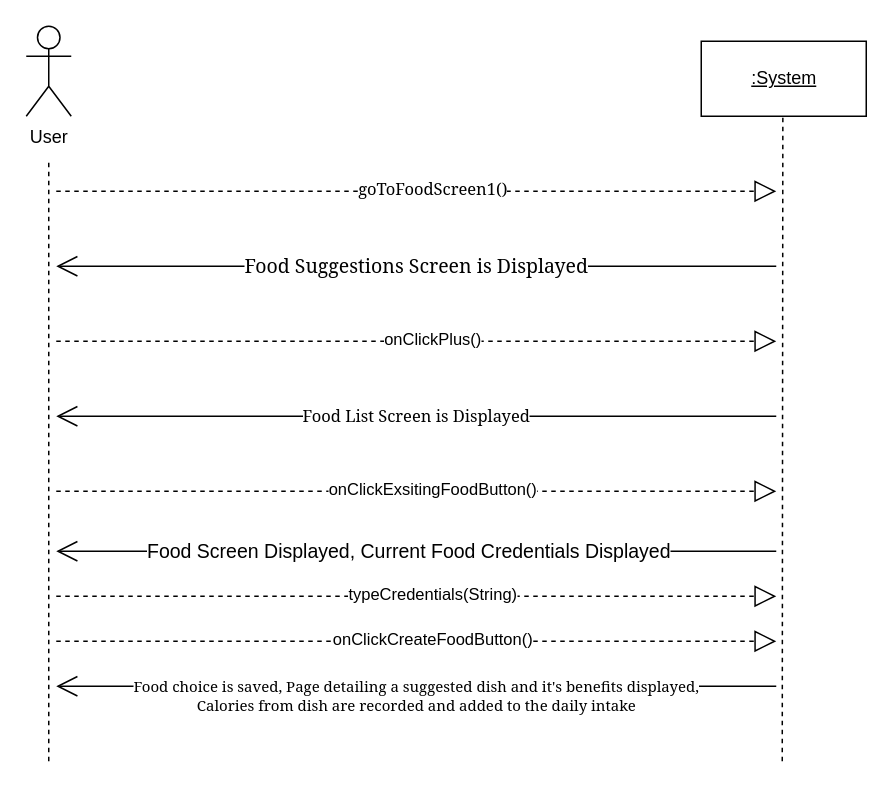
This is SSD - Edit Food Dish Credentials.drawio from Esaied19/Team-Albatross, a draw.io file, before an edit. Source tidied: cells renumbered, new cells numbered last; positions are measured from the earlier drawing's top-left corner, leaving out a move shared by most shapes. Both pictures are drawn from the tidied source at 150%, with x=0, y=0 at pixel (26, 26).
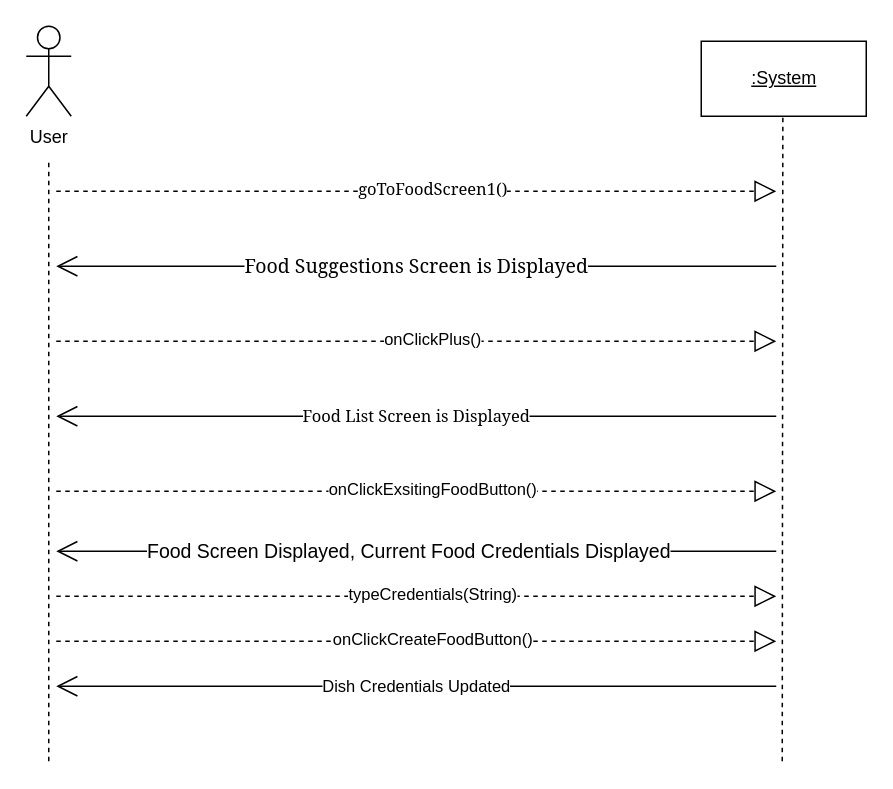
The same page after the edit.

The edit, as a diff of the source:
```diff
@@
-    <mxCell id="13" value="&lt;font style=&quot;font-size: 10px&quot; face=&quot;Georgia&quot;&gt;&lt;br&gt;&lt;/font&gt;&lt;div style=&quot;font-size: 10px&quot;&gt;&lt;font style=&quot;font-size: 10px&quot; face=&quot;Georgia&quot;&gt;&lt;span style=&quot;color: rgb(0 , 0 , 0) ; font-weight: normal ; text-decoration: none ; font-style: normal&quot;&gt;Food choice is saved, Page detailing a suggested dish and it's benefits displayed, &lt;br&gt;&lt;/span&gt;&lt;/font&gt;&lt;/div&gt;&lt;div style=&quot;font-size: 10px&quot;&gt;&lt;font style=&quot;font-size: 10px&quot; face=&quot;Georgia&quot;&gt;&lt;span style=&quot;color: rgb(0 , 0 , 0) ; font-weight: normal ; text-decoration: none ; font-style: normal&quot;&gt;Calories from dish are recorded and added to the daily intake&lt;/span&gt;&lt;/font&gt;&lt;/div&gt;" style="endArrow=open;endFill=1;endSize=12;html=1;rounded=0;" parent="1" edge="1">
+    <mxCell id="13" value="Dish Credentials Updated" style="endArrow=open;endFill=1;endSize=12;html=1;rounded=0;" parent="1" edge="1">
       <mxGeometry relative="1" as="geometry">
         <mxPoint x="500" y="440" as="sourcePoint" />
         <mxPoint x="20" y="440" as="targetPoint" />
       </mxGeometry>
     </mxCell>
```
